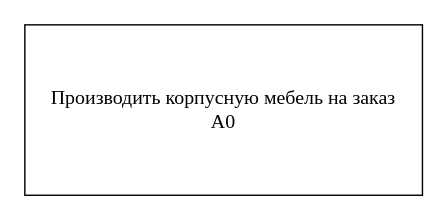
The draw.io diagram 7 семестр/Корпоративные информационные системы/lab2/IDEF0_MebelPro.drawio in ilyalycha23/ycheba_guap, before the edit. Source tidied: cells renumbered, new cells numbered last; positions are measured from the earlier drawing's top-left corner, leaving out a move shared by most shapes. Both pictures are drawn from the tidied source at 142%, with x=0, y=0 at pixel (24, 24).
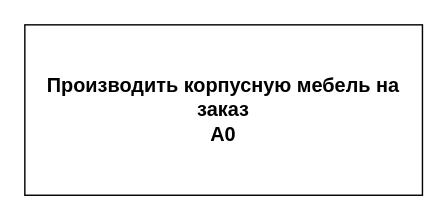
The same diagram, later.

The edit, as a diff of the source:
```diff
@@
 <mxGraphModel>
   <root>
     <mxCell id="0" />
     <mxCell id="1" parent="0" />
-    <mxCell id="2" value="Производить корпусную мебель на заказ&#10;A0" style="rounded=0;whiteSpace=wrap;html=1;fontFamily=Times New Roman;fontSize=14;" parent="1" vertex="1">
+    <mxCell id="2" value="Производить корпусную мебель на заказ&#10;A0" style="rounded=0;whiteSpace=wrap;html=1;fontSize=14;fontStyle=1;" parent="1" vertex="1">
       <mxGeometry width="280" height="120" as="geometry" />
     </mxCell>
   </root>
 </mxGraphModel>
```
